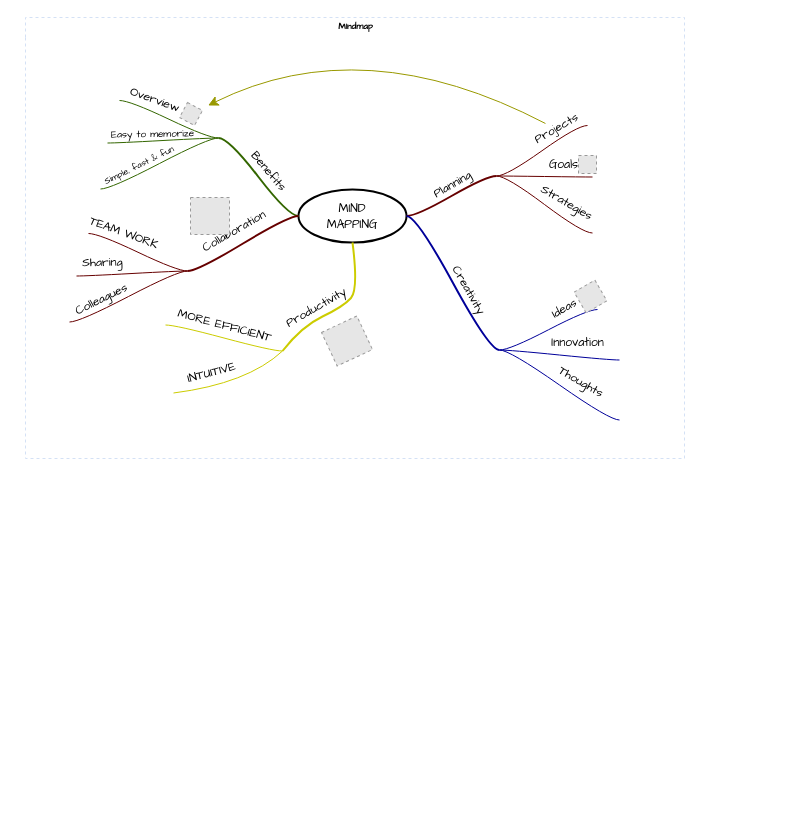
nyuehe/drawio-storage keeps this draw.io diagram as 未命名绘图.drawio. Above is the earlier version. Source tidied: cells renumbered, new cells numbered last; positions are measured from the earlier drawing's top-left corner, leaving out a move shared by most shapes. Both pictures are drawn from the tidied source at 100%, with x=0, y=0 at pixel (25, 17). Pictures stored in the file or linked from it are replaced by grey dashed boxes.
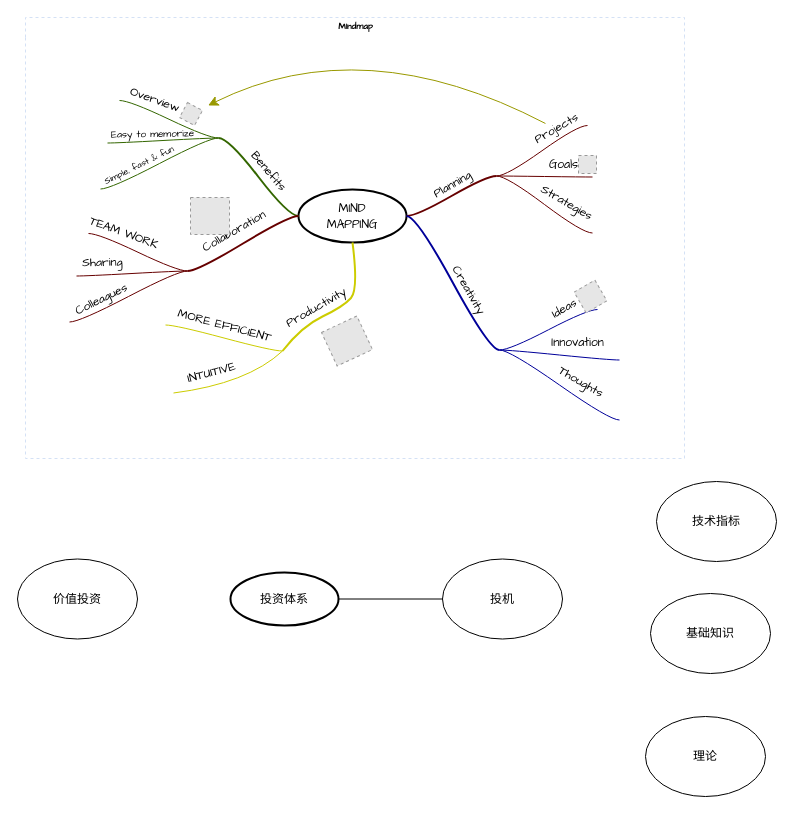
Above is the later version.

Commit message:
更新未命名绘图.drawio

Diff of the diagram source:
```diff
@@
+    <mxCell id="72" value="&lt;font face=&quot;Comic Sans MS&quot;&gt;投资体系&lt;/font&gt;" style="ellipse;whiteSpace=wrap;html=1;align=center;strokeWidth=2;" parent="1" vertex="1">
+      <mxGeometry x="205" y="555" width="108" height="53" as="geometry" />
+    </mxCell>
+    <mxCell id="73" value="价值投资" style="ellipse;whiteSpace=wrap;html=1;" parent="1" vertex="1">
+      <mxGeometry x="-8" y="541.5" width="120" height="80" as="geometry" />
+    </mxCell>
+    <mxCell id="74" value="投机" style="ellipse;whiteSpace=wrap;html=1;" parent="1" vertex="1">
+      <mxGeometry x="417" y="541.5" width="120" height="80" as="geometry" />
+    </mxCell>
+    <mxCell id="75" value="技术指标" style="ellipse;whiteSpace=wrap;html=1;" parent="1" vertex="1">
+      <mxGeometry x="631" y="464" width="120" height="80" as="geometry" />
+    </mxCell>
+    <mxCell id="76" style="endArrow=none;html=1;rounded=0;exitX=1;exitY=0.5;exitDx=0;exitDy=0;entryX=0;entryY=0.5;entryDx=0;entryDy=0;" parent="1" edge="1" source="72" target="74">
+      <mxGeometry relative="1" as="geometry" />
+    </mxCell>
+    <mxCell id="77" value="基础知识" style="ellipse;whiteSpace=wrap;html=1;" parent="1" vertex="1">
+      <mxGeometry x="625" y="576" width="120" height="80" as="geometry" />
+    </mxCell>
+    <mxCell id="78" value="理论" style="ellipse;whiteSpace=wrap;html=1;" parent="1" vertex="1">
+      <mxGeometry x="620" y="699" width="120" height="80" as="geometry" />
+    </mxCell>
```
